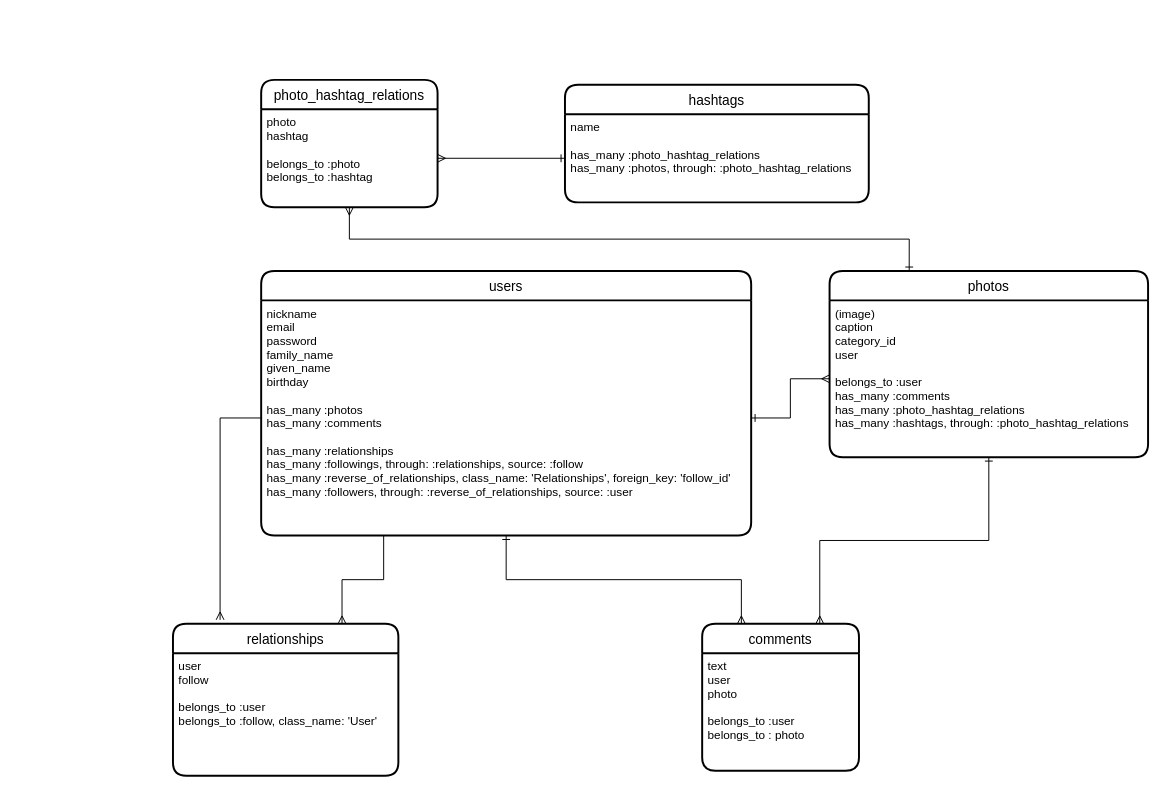
The draw.io diagram ER_petput.dio in MitsuTurtle/petput, before the edit. Source tidied: cells renumbered, new cells numbered last; positions are measured from the earlier drawing's top-left corner, leaving out a move shared by most shapes. Both pictures are drawn from the tidied source at 98%, with x=0, y=0 at pixel (172, 79).
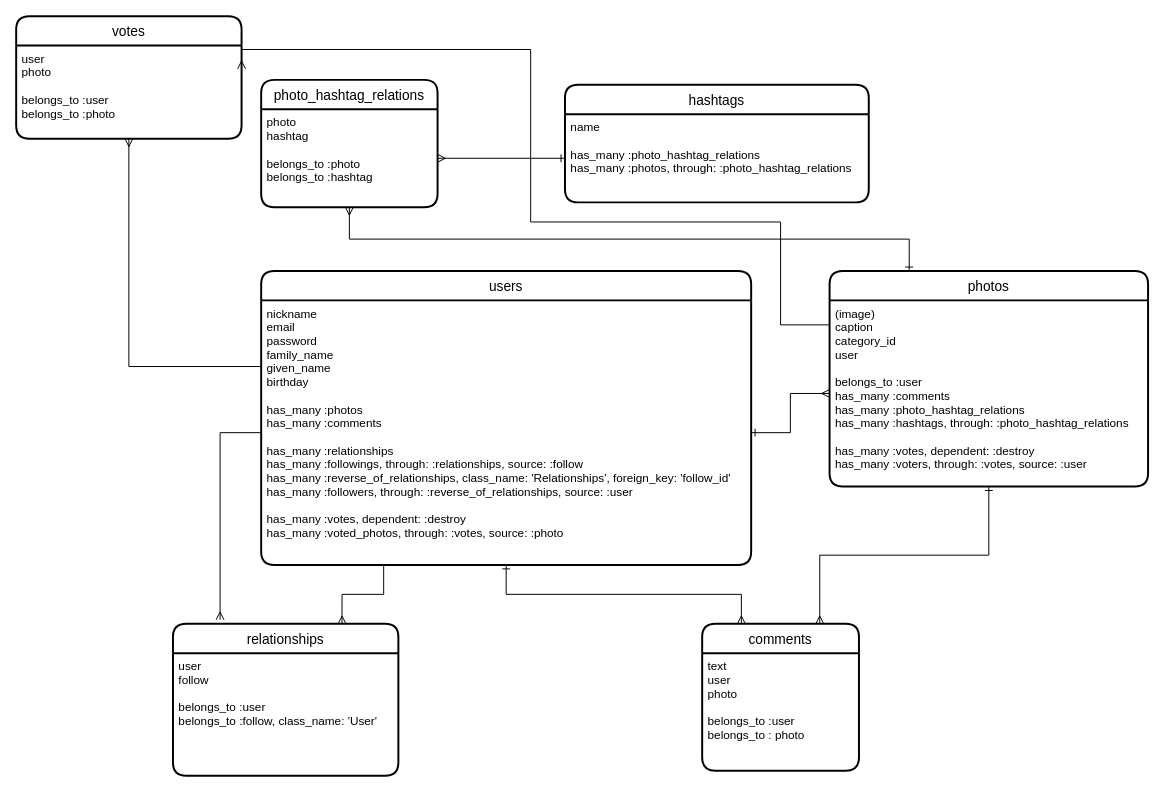
After the change.

Commit message (it also covers changes not shown here):
ER図とREADMEを修正

The edit, as a diff of the source:
```diff
@@
+    <mxCell id="21" style="edgeStyle=orthogonalEdgeStyle;rounded=0;jettySize=auto;html=1;exitX=0;exitY=0.25;exitDx=0;exitDy=0;entryX=1;entryY=0.25;entryDx=0;entryDy=0;endArrow=ERmany;endFill=0;" parent="1" edge="1" source="13" target="23">
+      <mxGeometry relative="1" as="geometry">
+        <Array as="points">
+          <mxPoint x="620" y="250" />
+          <mxPoint x="620" y="145" />
+          <mxPoint x="365" y="145" />
+          <mxPoint x="365" y="-31" />
+        </Array>
+      </mxGeometry>
+    </mxCell>
     <mxCell id="13" value="photos" style="swimlane;horizontal=1;startSize=30;rounded=1;fontSize=14;fontStyle=0;strokeWidth=2;shadow=0;dashed=0;align=center;" parent="1" vertex="1">
-      <mxGeometry x="670" y="195" width="325" height="190" as="geometry" />
+      <mxGeometry x="670" y="195" width="325" height="220" as="geometry" />
     </mxCell>
-    <mxCell id="14" value="(image)&#10;caption&#10;category_id&#10;user&#10;&#10;belongs_to :user&#10;has_many :comments&#10;has_many :photo_hashtag_relations&#10;has_many :hashtags, through: :photo_hashtag_relations" style="align=left;strokeColor=none;fillColor=none;spacingLeft=4;fontSize=12;verticalAlign=top;" parent="13" vertex="1">
-      <mxGeometry y="30" width="325" height="160" as="geometry" />
+    <mxCell id="14" value="(image)&#10;caption&#10;category_id&#10;user&#10;&#10;belongs_to :user&#10;has_many :comments&#10;has_many :photo_hashtag_relations&#10;has_many :hashtags, through: :photo_hashtag_relations&#10;&#10;has_many :votes, dependent: :destroy&#10;has_many :voters, through: :votes, source: :user" style="align=left;strokeColor=none;fillColor=none;spacingLeft=4;fontSize=12;verticalAlign=top;" parent="13" vertex="1">
+      <mxGeometry y="30" width="325" height="190" as="geometry" />
     </mxCell>
     <mxCell id="15" value="users" style="swimlane;horizontal=1;startSize=30;rounded=1;fontSize=14;fontStyle=0;strokeWidth=2;shadow=0;dashed=0;align=center;" parent="1" vertex="1">
-      <mxGeometry x="90" y="195" width="500" height="270" as="geometry" />
+      <mxGeometry x="90" y="195" width="500" height="300" as="geometry" />
     </mxCell>
-    <mxCell id="16" value="nickname&#10;email&#10;password&#10;family_name&#10;given_name&#10;birthday&#10;&#10;has_many :photos&#10;has_many :comments&#10;&#10;has_many :relationships&#10;  has_many :followings, through: :relationships, source: :follow&#10;  has_many :reverse_of_relationships, class_name: 'Relationships', foreign_key: 'follow_id'&#10;  has_many :followers, through: :reverse_of_relationships, source: :user" style="align=left;strokeColor=none;fillColor=none;spacingLeft=4;fontSize=12;verticalAlign=top;" parent="15" vertex="1">
-      <mxGeometry y="30" width="500" height="240" as="geometry" />
+    <mxCell id="16" value="nickname&#10;email&#10;password&#10;family_name&#10;given_name&#10;birthday&#10;&#10;has_many :photos&#10;has_many :comments&#10;&#10;has_many :relationships&#10;  has_many :followings, through: :relationships, source: :follow&#10;  has_many :reverse_of_relationships, class_name: 'Relationships', foreign_key: 'follow_id'&#10;  has_many :followers, through: :reverse_of_relationships, source: :user&#10;&#10;has_many :votes, dependent: :destroy&#10;has_many :voted_photos, through: :votes, source: :photo&#10;" style="align=left;strokeColor=none;fillColor=none;spacingLeft=4;fontSize=12;verticalAlign=top;" parent="15" vertex="1">
+      <mxGeometry y="30" width="500" height="270" as="geometry" />
     </mxCell>
@@
+    <mxCell id="22" value="votes" style="swimlane;horizontal=1;startSize=30;rounded=1;fontSize=14;fontStyle=0;strokeWidth=2;shadow=0;dashed=0;align=center;" parent="1" vertex="1">
+      <mxGeometry x="-160" y="-65" width="230" height="125" as="geometry" />
+    </mxCell>
+    <mxCell id="23" value="user&#10;photo&#10;&#10;belongs_to :user&#10;  belongs_to :photo" style="align=left;strokeColor=none;fillColor=none;spacingLeft=4;fontSize=12;verticalAlign=top;" parent="22" vertex="1">
+      <mxGeometry y="30" width="230" height="95" as="geometry" />
+    </mxCell>
+    <mxCell id="24" style="edgeStyle=orthogonalEdgeStyle;rounded=0;orthogonalLoop=1;jettySize=auto;html=1;exitX=0.5;exitY=1;exitDx=0;exitDy=0;" parent="22" edge="1" source="23" target="23">
+      <mxGeometry relative="1" as="geometry" />
+    </mxCell>
+    <mxCell id="25" style="edgeStyle=orthogonalEdgeStyle;rounded=0;jettySize=auto;html=1;exitX=0;exitY=0.25;exitDx=0;exitDy=0;entryX=0.5;entryY=1;entryDx=0;entryDy=0;endArrow=ERmany;endFill=0;" parent="1" edge="1" source="16" target="23">
+      <mxGeometry relative="1" as="geometry" />
+    </mxCell>
```
